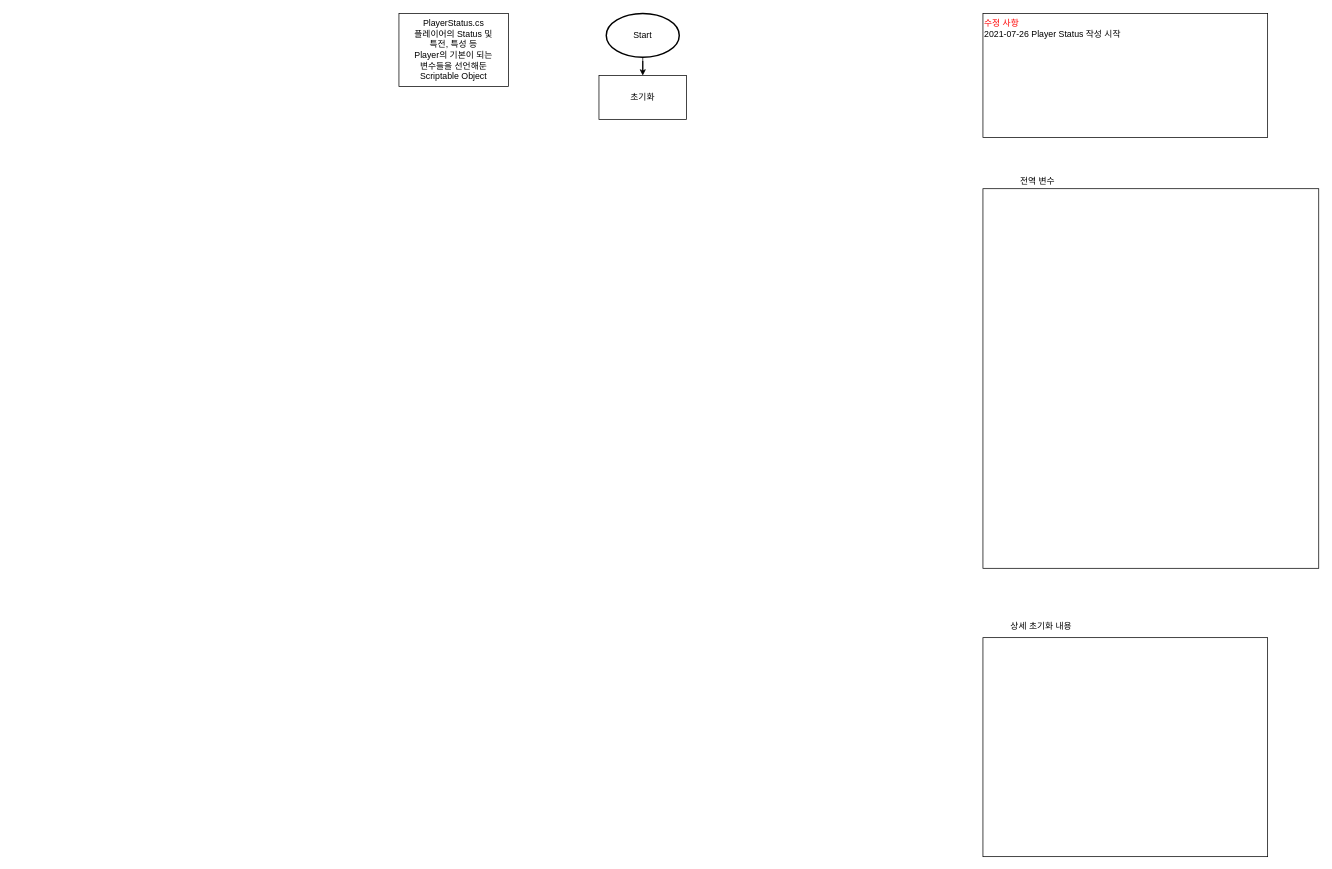
This is FlowChart/PlayerStatus.drawio from BckLily/YeilMainProjectBackUp, a draw.io file, before an edit. Source tidied: cells renumbered, new cells numbered last; positions are measured from the earlier drawing's top-left corner, leaving out a move shared by most shapes. Both pictures are drawn from the tidied source at 73%, with x=0, y=0 at pixel (399, 13).
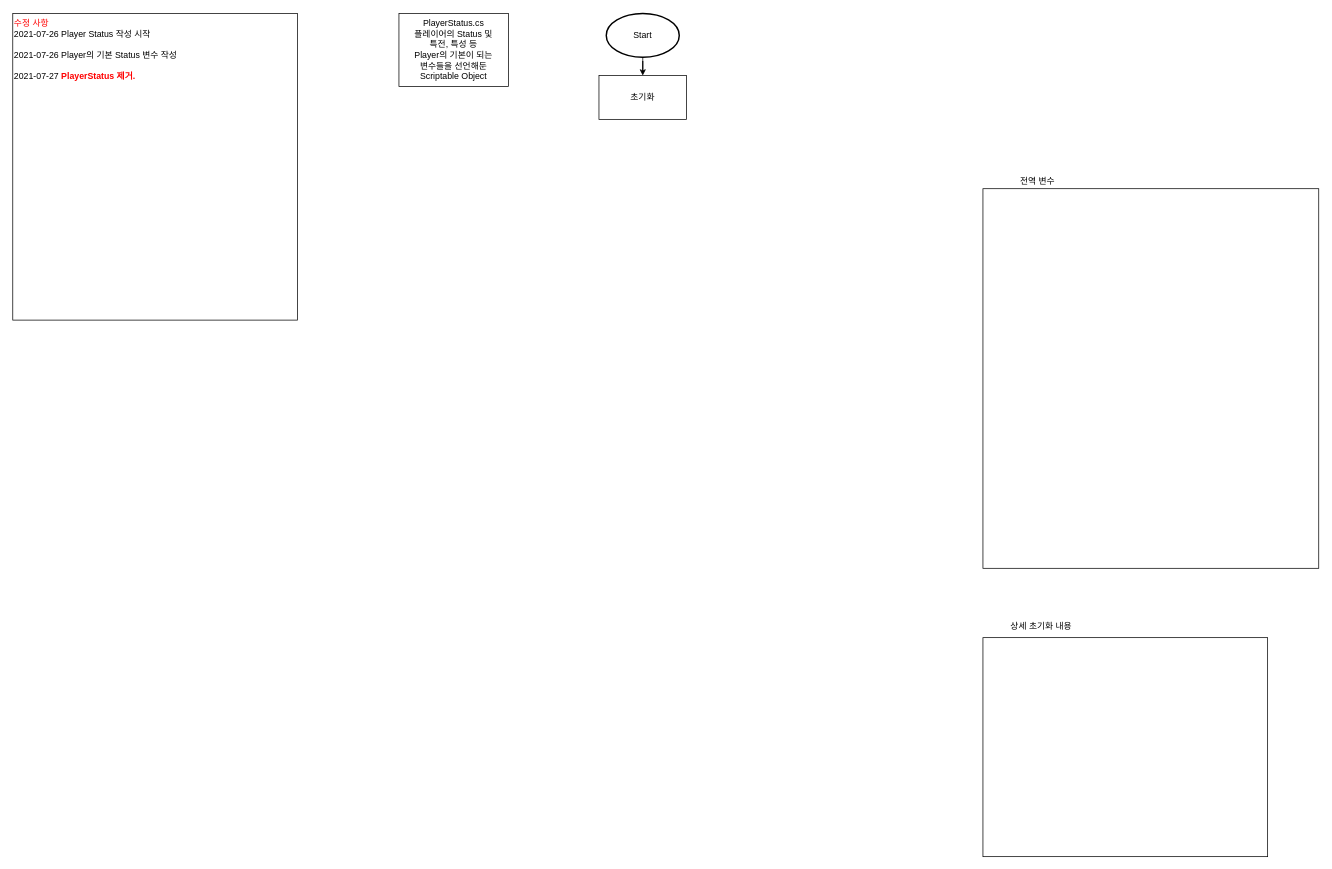
The same diagram, later.

The edit, as a diff of the source:
```diff
@@
 <mxGraphModel>
   <root>
     <mxCell id="0" />
     <mxCell id="1" parent="0" />
     <mxCell id="2" style="edgeStyle=orthogonalEdgeStyle;rounded=0;jettySize=auto;html=1;" parent="1" edge="1" source="3" target="4">
       <mxGeometry relative="1" as="geometry" />
     </mxCell>
     <mxCell id="3" value="Start" style="strokeWidth=2;html=1;shape=mxgraph.flowchart.start_1;whiteSpace=wrap;" parent="1" vertex="1">
       <mxGeometry x="284" width="100" height="60" as="geometry" />
     </mxCell>
     <mxCell id="4" value="초기화" style="rounded=0;whiteSpace=wrap;html=1;" parent="1" vertex="1">
       <mxGeometry x="274" y="85" width="120" height="60" as="geometry" />
     </mxCell>
     <mxCell id="5" value="PlayerStatus.cs&lt;br&gt;플레이어의 Status 및&lt;br&gt;특전, 특성 등&lt;br&gt;Player의 기본이 되는&lt;br&gt;변수들을 선언해둔&lt;br&gt;Scriptable Object" style="rounded=0;whiteSpace=wrap;html=1;" parent="1" vertex="1">
       <mxGeometry width="150" height="100" as="geometry" />
     </mxCell>
-    <mxCell id="6" value="&lt;font color=&quot;#ff0000&quot;&gt;수정 사항&lt;br&gt;&lt;/font&gt;2021-07-26 Player Status 작성 시작" style="rounded=0;whiteSpace=wrap;html=1;align=left;verticalAlign=top;" parent="1" vertex="1">
-      <mxGeometry x="800" width="390" height="170" as="geometry" />
+    <mxCell id="6" value="&lt;font color=&quot;#ff0000&quot;&gt;수정 사항&lt;br&gt;&lt;/font&gt;2021-07-26 Player Status 작성 시작&lt;br&gt;&lt;br&gt;2021-07-26 Player의 기본 Status 변수 작성&lt;br&gt;&lt;br&gt;2021-07-27 &lt;b&gt;&lt;font color=&quot;#ff0000&quot;&gt;PlayerStatus 제거.&lt;/font&gt;&lt;/b&gt;" style="rounded=0;whiteSpace=wrap;html=1;align=left;verticalAlign=top;" parent="1" vertex="1">
+      <mxGeometry x="-529" width="390" height="420" as="geometry" />
     </mxCell>
     <mxCell id="7" style="rounded=0;whiteSpace=wrap;html=1;align=left;verticalAlign=top;" parent="1" vertex="1">
       <mxGeometry x="800" y="240" width="460" height="520" as="geometry" />
     </mxCell>
     <mxCell id="8" value="전역 변수" style="text;html=1;strokeColor=none;fillColor=none;align=center;verticalAlign=middle;whiteSpace=wrap;rounded=0;" parent="1" vertex="1">
       <mxGeometry x="800" y="220" width="150" height="20" as="geometry" />
     </mxCell>
     <mxCell id="9" style="rounded=0;whiteSpace=wrap;html=1;align=left;verticalAlign=top;" parent="1" vertex="1">
       <mxGeometry x="800" y="855" width="390" height="300" as="geometry" />
     </mxCell>
     <mxCell id="10" value="상세 초기화 내용" style="text;html=1;strokeColor=none;fillColor=none;align=center;verticalAlign=middle;whiteSpace=wrap;rounded=0;" parent="1" vertex="1">
       <mxGeometry x="800" y="830" width="160" height="20" as="geometry" />
     </mxCell>
   </root>
 </mxGraphModel>
```
